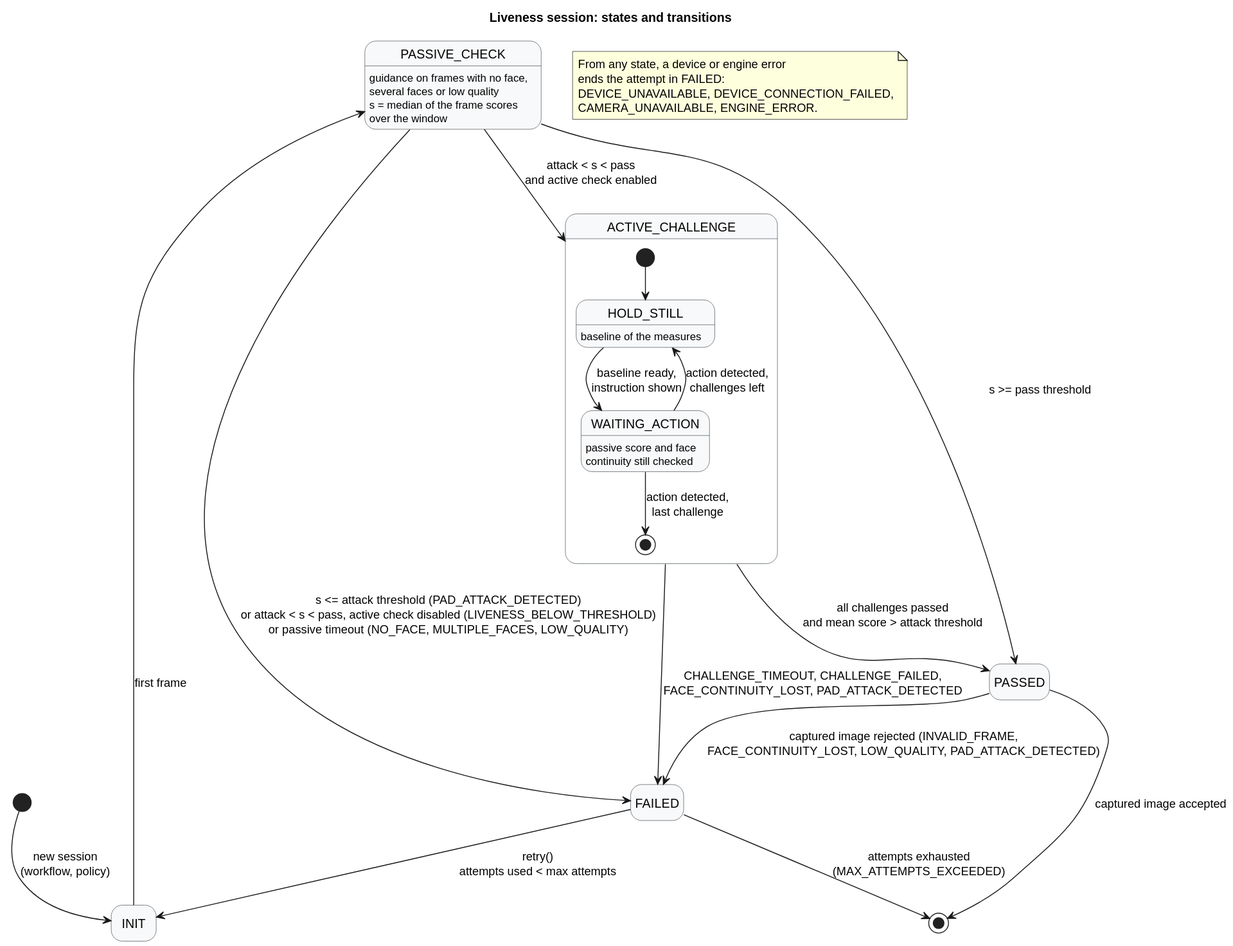
Earlier version of the PlantUML export docs/diagrams/session-states.svg (BestTeam-MosipDecode/face-liveness-pad). Its source is kept beside it as docs/diagrams/session-states.puml. Source of this version:
```plantuml
@startuml session-states

hide empty description
skinparam shadowing false
skinparam state {
  BackgroundColor #F8F9FA
  BorderColor #495057
}

title Liveness session: states and transitions

[*] --> INIT : new session\n(workflow, policy)
INIT --> PASSIVE_CHECK : first frame

state PASSIVE_CHECK : guidance on frames with no face,\nseveral faces or low quality
state PASSIVE_CHECK : s = median of the frame scores\nover the window

PASSIVE_CHECK --> PASSED : s >= pass threshold
PASSIVE_CHECK --> ACTIVE_CHALLENGE : attack < s < pass\nand active check enabled
PASSIVE_CHECK --> FAILED : s <= attack threshold (PAD_ATTACK_DETECTED)\nor attack < s < pass, active check disabled (LIVENESS_BELOW_THRESHOLD)\nor passive timeout (NO_FACE, MULTIPLE_FACES, LOW_QUALITY)

state ACTIVE_CHALLENGE {
  [*] --> HOLD_STILL
  HOLD_STILL : baseline of the measures
  HOLD_STILL --> WAITING_ACTION : baseline ready,\ninstruction shown
  WAITING_ACTION : passive score and face\ncontinuity still checked
  WAITING_ACTION --> HOLD_STILL : action detected,\nchallenges left
  WAITING_ACTION --> [*] : action detected,\nlast challenge
}

ACTIVE_CHALLENGE --> PASSED : all challenges passed\nand mean score > attack threshold
ACTIVE_CHALLENGE --> FAILED : CHALLENGE_TIMEOUT, CHALLENGE_FAILED,\nFACE_CONTINUITY_LOST, PAD_ATTACK_DETECTED

PASSED --> [*] : captured image accepted
PASSED --> FAILED : captured image rejected (INVALID_FRAME,\nFACE_CONTINUITY_LOST, LOW_QUALITY, PAD_ATTACK_DETECTED)
FAILED --> INIT : retry()\nattempts used < max attempts
FAILED --> [*] : attempts exhausted\n(MAX_ATTEMPTS_EXCEEDED)

note as devices
  From any state, a device or engine error
  ends the attempt in FAILED:
  DEVICE_UNAVAILABLE, DEVICE_CONNECTION_FAILED,
  CAMERA_UNAVAILABLE, ENGINE_ERROR.
end note
@enduml
```
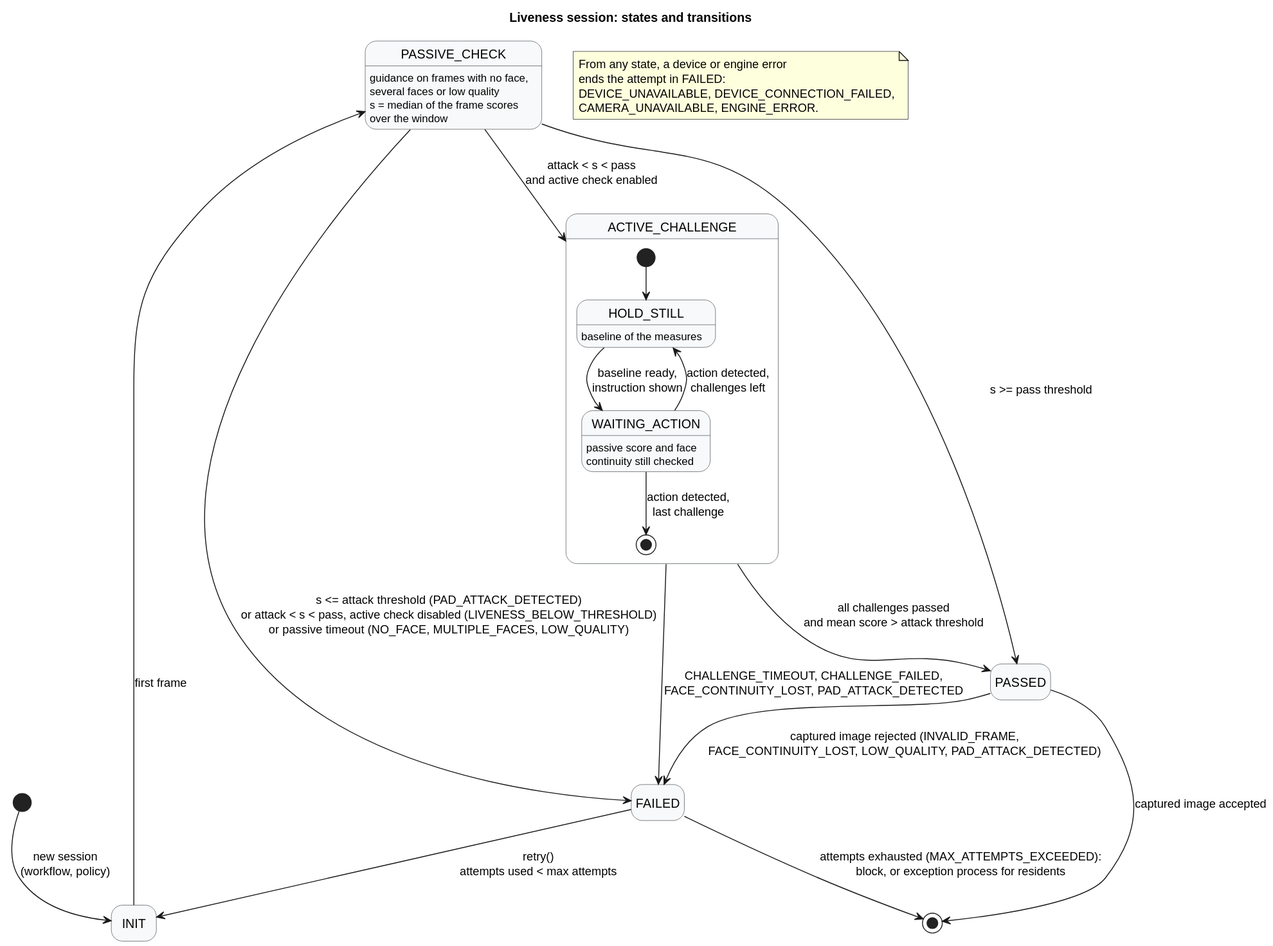
After the commit.

What changed in the source:
```diff
@@ -34,7 +34,7 @@
 PASSED --> [*] : captured image accepted
 PASSED --> FAILED : captured image rejected (INVALID_FRAME,\nFACE_CONTINUITY_LOST, LOW_QUALITY, PAD_ATTACK_DETECTED)
 FAILED --> INIT : retry()\nattempts used < max attempts
-FAILED --> [*] : attempts exhausted\n(MAX_ATTEMPTS_EXCEEDED)
+FAILED --> [*] : attempts exhausted (MAX_ATTEMPTS_EXCEEDED):\nblock, or exception process for residents
 
 note as devices
   From any state, a device or engine error
```
